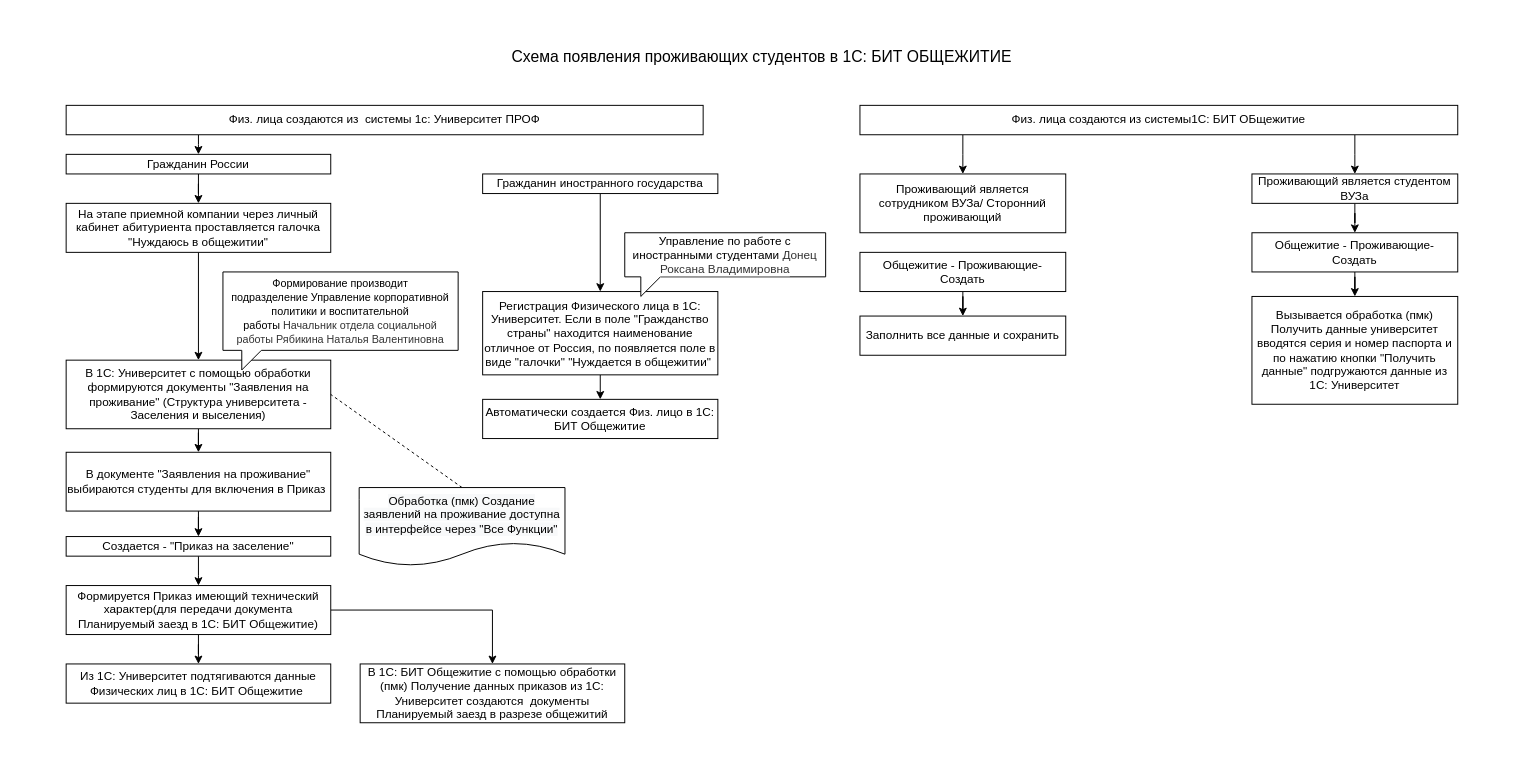
Before: 1C Общежитие.drawio in st00g21/MyRepo2, a draw.io diagram. Source tidied: cells renumbered, new cells numbered last; positions are measured from the earlier drawing's top-left corner, leaving out a move shared by most shapes. Both pictures are drawn from the tidied source at 98%, with x=0, y=0 at pixel (66, 46).
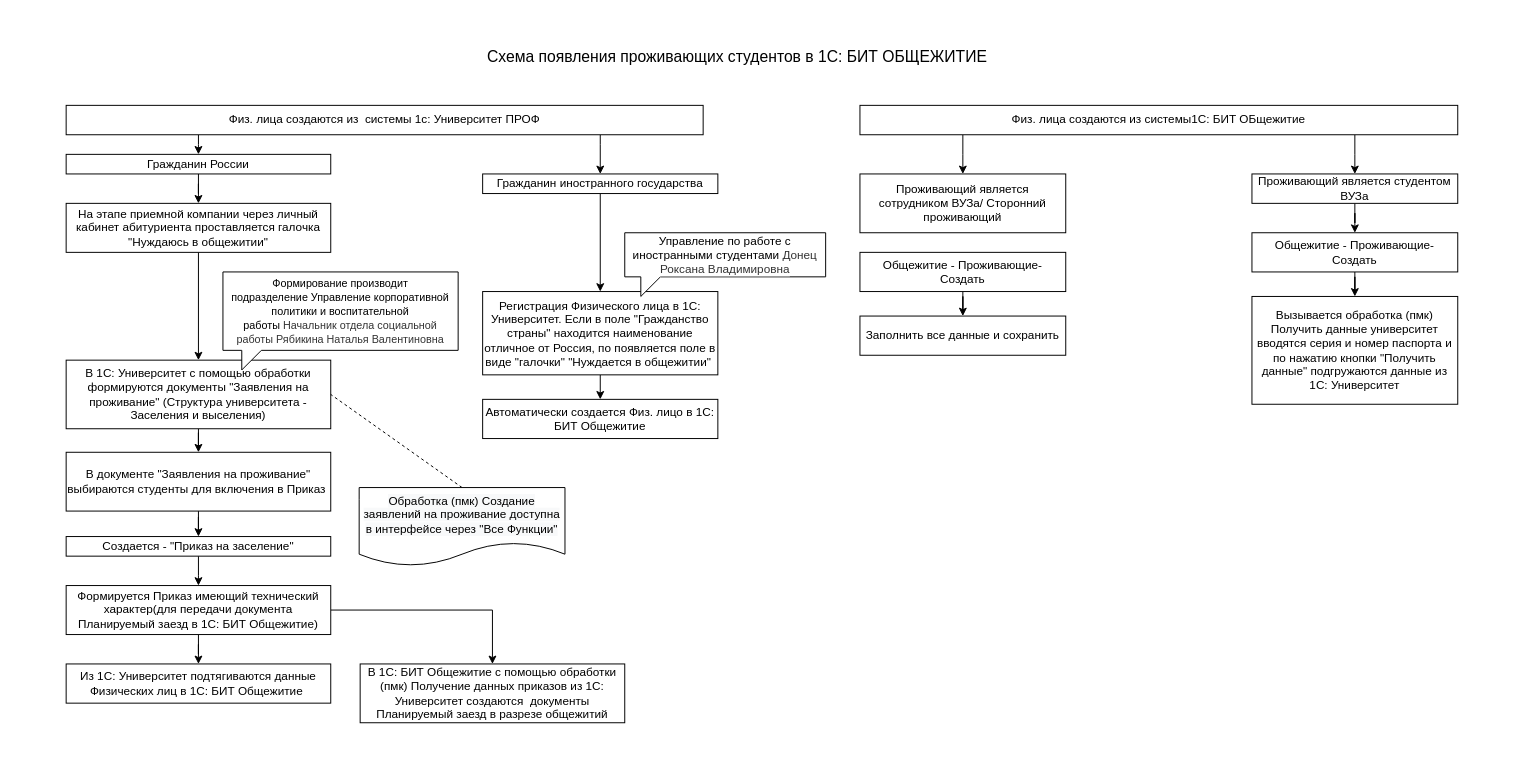
The same page after the edit.

The change refers to these unchanged cells:
```xml
<mxCell id="6" value="Гражданин иностранного государства" style="rounded=0;whiteSpace=wrap;html=1;" parent="1" vertex="1">
  <mxGeometry x="425" y="130" width="240" height="20" as="geometry" />
</mxCell>
<mxCell id="31" value="Физ. лица создаются из&amp;nbsp; системы 1с: Университет ПРОФ" style="rounded=0;whiteSpace=wrap;html=1;" parent="1" vertex="1">
  <mxGeometry y="60" width="650" height="30" as="geometry" />
</mxCell>
```

The edit, as a diff of the source:
```diff
@@
+    <mxCell id="42" style="rounded=0;whiteSpace=wrap;html=1;fillColor=none;strokeColor=none;" parent="1" vertex="1">
+      <mxGeometry x="-50" y="-30" width="1520" height="760" as="geometry" />
+    </mxCell>
@@
     <mxCell id="4" value="&lt;font style=&quot;font-size: 16px&quot;&gt;Схема появления проживающих студентов в 1С: БИТ ОБЩЕЖИТИЕ&lt;/font&gt;" style="text;html=1;strokeColor=none;fillColor=none;align=center;verticalAlign=middle;whiteSpace=wrap;rounded=0;" parent="1" vertex="1">
-      <mxGeometry x="295" width="830" height="20" as="geometry" />
+      <mxGeometry x="270" width="830" height="20" as="geometry" />
     </mxCell>
@@
+    <mxCell id="43" style="edgeStyle=orthogonalEdgeStyle;rounded=0;jettySize=auto;html=1;" parent="1" edge="1" source="31" target="6">
+      <mxGeometry relative="1" as="geometry">
+        <Array as="points">
+          <mxPoint x="545" y="100" />
+          <mxPoint x="545" y="100" />
+        </Array>
+      </mxGeometry>
+    </mxCell>
```
